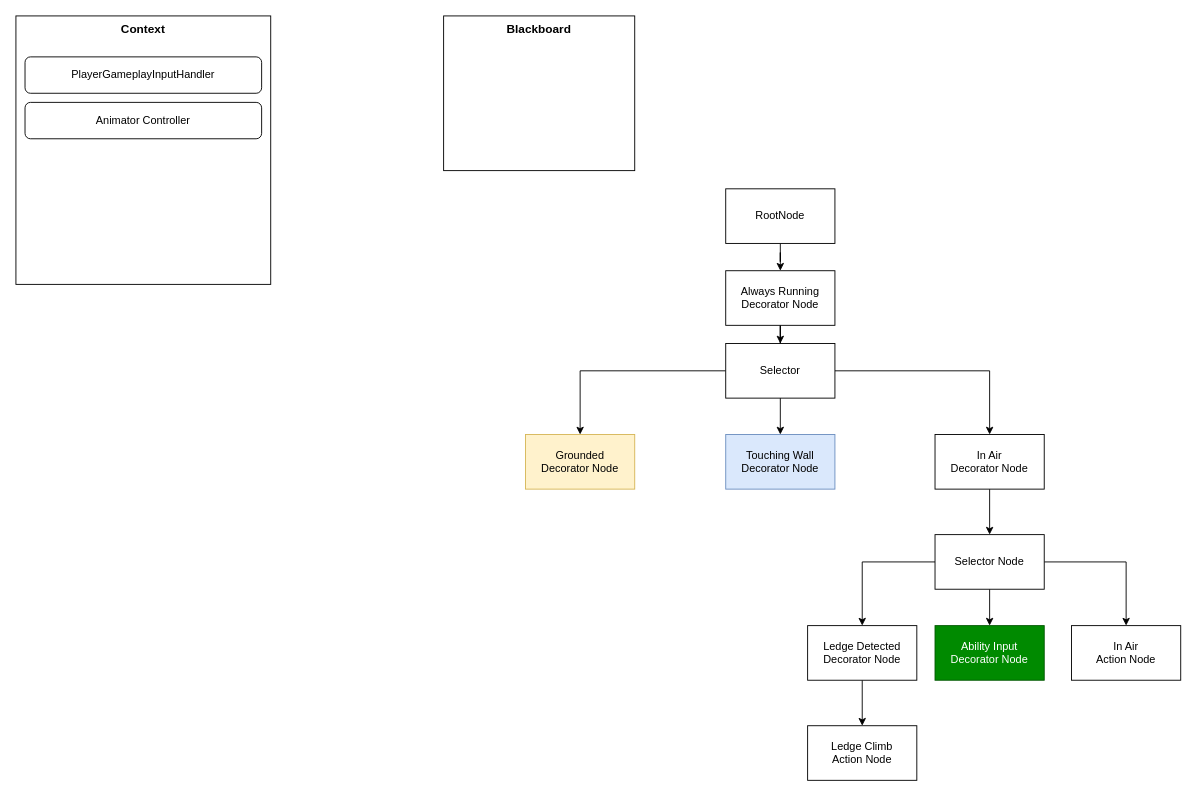
The draw.io diagram InputSystem/Player BehaviorTree.drawio in BigLazyET/unity-flow, before the edit. Source tidied: cells renumbered, new cells numbered last; positions are measured from the earlier drawing's top-left corner, leaving out a move shared by most shapes. Both pictures are drawn from the tidied source at 91%, with x=0, y=0 at pixel (15, 15).
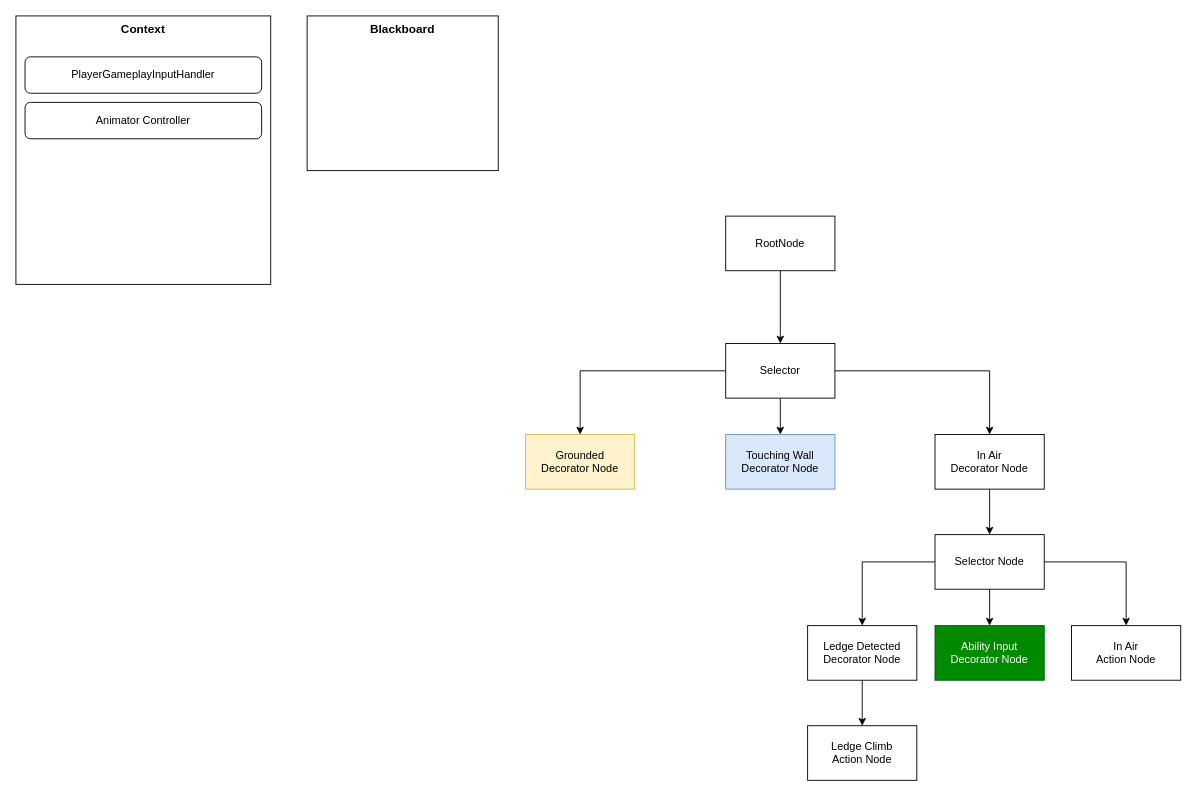
The same page after the edit.

Commit message (it also covers changes not shown here):
Player Behavior Tree

The change refers to these unchanged cells:
```xml
<mxCell id="12" value="Selector" style="rounded=0;whiteSpace=wrap;html=1;" parent="1" vertex="1">
  <mxGeometry x="780" y="360" width="120" height="60" as="geometry" />
</mxCell>
```

The edit, as a diff of the source:
```diff
@@
-    <mxCell id="2" style="edgeStyle=orthogonalEdgeStyle;rounded=0;jettySize=auto;html=1;entryX=0.5;entryY=0;entryDx=0;entryDy=0;" parent="1" edge="1" source="3" target="9">
-      <mxGeometry relative="1" as="geometry" />
-    </mxCell>
+    <mxCell id="27" style="edgeStyle=orthogonalEdgeStyle;rounded=0;jettySize=auto;html=1;exitX=0.5;exitY=1;exitDx=0;exitDy=0;" parent="1" edge="1" source="3" target="12">
+      <mxGeometry relative="1" as="geometry" />
+    </mxCell>
     <mxCell id="3" value="RootNode" style="rounded=0;whiteSpace=wrap;html=1;" parent="1" vertex="1">
-      <mxGeometry x="780" y="190" width="120" height="60" as="geometry" />
+      <mxGeometry x="780" y="220" width="120" height="60" as="geometry" />
     </mxCell>
@@
     <mxCell id="5" value="Blackboard" style="rounded=0;whiteSpace=wrap;html=1;verticalAlign=top;fontStyle=1;fontSize=13;" parent="1" vertex="1">
-      <mxGeometry x="470" width="210" height="170" as="geometry" />
+      <mxGeometry x="320" width="210" height="170" as="geometry" />
     </mxCell>
@@
-    <mxCell id="8" style="edgeStyle=orthogonalEdgeStyle;rounded=0;jettySize=auto;html=1;entryX=0.5;entryY=0;entryDx=0;entryDy=0;" parent="1" edge="1" source="9" target="12">
-      <mxGeometry relative="1" as="geometry" />
-    </mxCell>
-    <mxCell id="9" value="Always Running&lt;div&gt;Decorator Node&lt;/div&gt;" style="rounded=0;whiteSpace=wrap;html=1;" parent="1" vertex="1">
-      <mxGeometry x="780" y="280" width="120" height="60" as="geometry" />
-    </mxCell>
```
